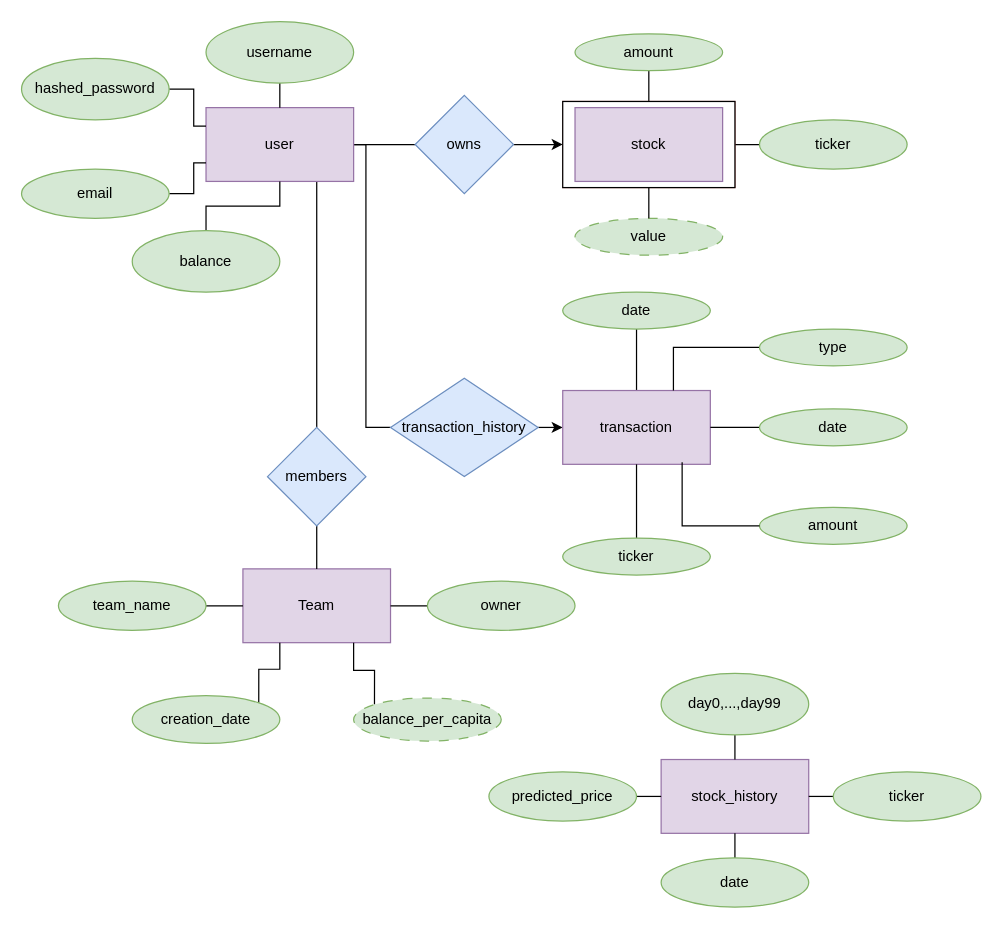
mdcrapse/stock keeps this draw.io diagram as Resources/ERDiagram.drawio. Above is the earlier version. Source tidied: cells renumbered, new cells numbered last; positions are measured from the earlier drawing's top-left corner, leaving out a move shared by most shapes. Both pictures are drawn from the tidied source at 123%, with x=0, y=0 at pixel (21, 21).
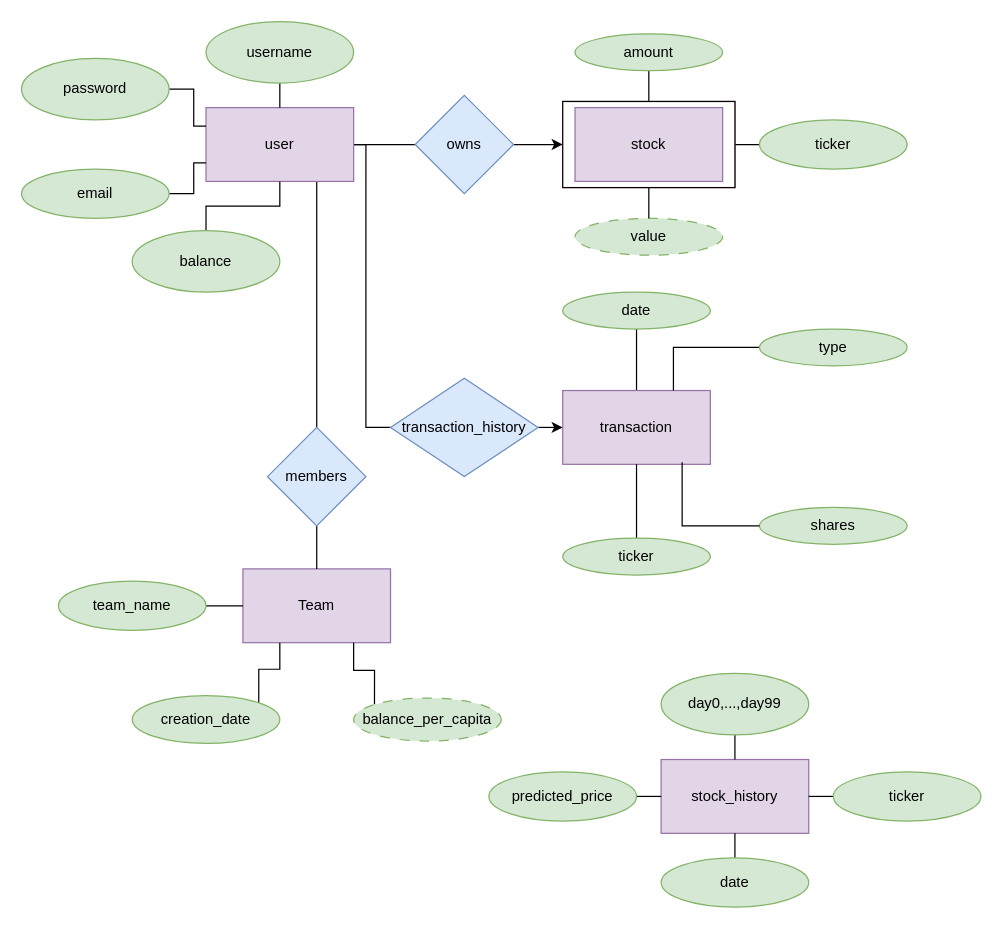
The same diagram, later.

Unchanged cells that the change refers to:
```xml
<mxCell id="27" value="transaction" style="rounded=0;whiteSpace=wrap;html=1;fillColor=#e1d5e7;strokeColor=#9673a6;" parent="1" vertex="1">
  <mxGeometry x="440" y="300" width="120" height="60" as="geometry" />
</mxCell>
<mxCell id="49" value="Team" style="rounded=0;whiteSpace=wrap;html=1;fillColor=#e1d5e7;strokeColor=#9673a6;" parent="1" vertex="1">
  <mxGeometry x="180" y="445" width="120" height="60" as="geometry" />
</mxCell>
```

The edit, as a diff of the source:
```diff
@@
-    <mxCell id="9" value="hashed_password" style="ellipse;whiteSpace=wrap;html=1;fillColor=#d5e8d4;strokeColor=#82b366;" parent="1" vertex="1">
+    <mxCell id="9" value="password" style="ellipse;whiteSpace=wrap;html=1;fillColor=#d5e8d4;strokeColor=#82b366;" parent="1" vertex="1">
       <mxGeometry y="30" width="120" height="50" as="geometry" />
     </mxCell>
@@
-    <mxCell id="31" style="edgeStyle=orthogonalEdgeStyle;rounded=0;jettySize=auto;html=1;exitX=0;exitY=0.5;exitDx=0;exitDy=0;endArrow=none;endFill=0;" parent="1" edge="1" source="32" target="27">
-      <mxGeometry relative="1" as="geometry" />
-    </mxCell>
-    <mxCell id="32" value="date" style="ellipse;whiteSpace=wrap;html=1;fillColor=#d5e8d4;strokeColor=#82b366;" parent="1" vertex="1">
-      <mxGeometry x="600" y="315" width="120" height="30" as="geometry" />
-    </mxCell>
-    <mxCell id="33" value="amount" style="ellipse;whiteSpace=wrap;html=1;fillColor=#d5e8d4;strokeColor=#82b366;" parent="1" vertex="1">
+    <mxCell id="33" value="shares" style="ellipse;whiteSpace=wrap;html=1;fillColor=#d5e8d4;strokeColor=#82b366;" parent="1" vertex="1">
       <mxGeometry x="600" y="395" width="120" height="30" as="geometry" />
     </mxCell>
@@
-    <mxCell id="56" style="edgeStyle=orthogonalEdgeStyle;rounded=0;jettySize=auto;html=1;exitX=0;exitY=0.5;exitDx=0;exitDy=0;entryX=1;entryY=0.5;entryDx=0;entryDy=0;endArrow=none;endFill=0;" parent="1" edge="1" source="57" target="49">
-      <mxGeometry relative="1" as="geometry" />
-    </mxCell>
-    <mxCell id="57" value="owner" style="ellipse;whiteSpace=wrap;html=1;fillColor=#d5e8d4;strokeColor=#82b366;" parent="1" vertex="1">
-      <mxGeometry x="330" y="455" width="120" height="40" as="geometry" />
-    </mxCell>
```
